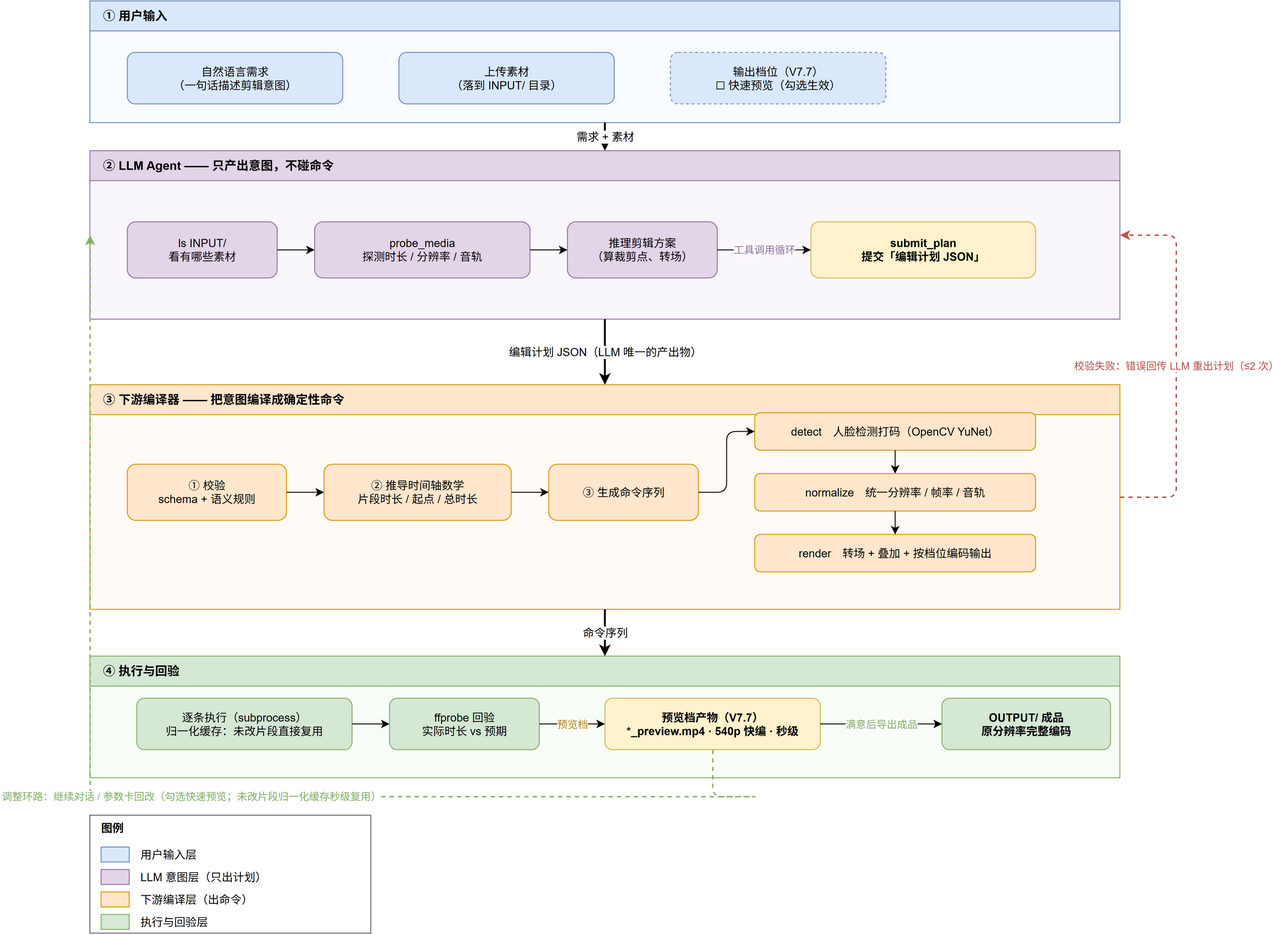
Above: docs/architecture-flow.png in CoderPro-young/SmartTrimAgent- (draw.io), before the change. Source tidied: cells renumbered, new cells last; positions are measured from the earlier drawing's top-left corner, leaving out a move shared by most shapes.
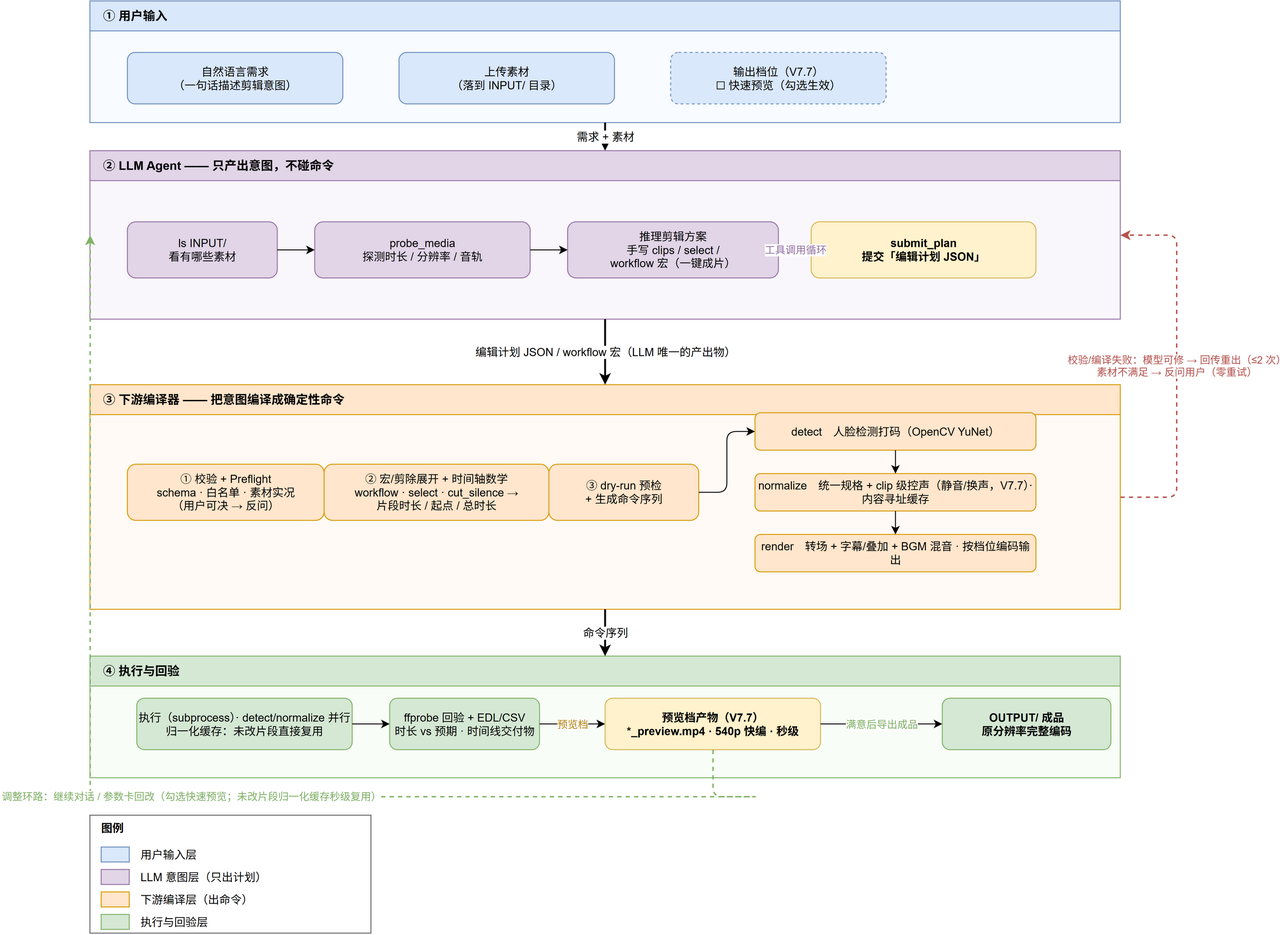
The same file after the commit.

Commit message:
docs: 架构文档同步至 V7.10 —— overview 补齐工具清单/编译流水线/模块清单/文档索引；四张架构图更新（flow 补宏与预检/分层图去过期标记并补 TransNet·V7.7/计划生成图补信号与预检），全部重导内嵌 XML 的 PNG 并把分层图挂进 overview 引用

The edit, as a diff of the source:
```diff
@@ -23,8 +23,8 @@
     <mxCell id="8" value="probe_media&#10;探测时长 / 分辨率 / 音轨" style="rounded=1;whiteSpace=wrap;html=1;fillColor=#e1d5e7;strokeColor=#9673a6;fontSize=12;" parent="6" vertex="1">
       <mxGeometry x="240" y="76" width="230" height="60" as="geometry" />
     </mxCell>
-    <mxCell id="9" value="推理剪辑方案&#10;（算裁剪点、转场）" style="rounded=1;whiteSpace=wrap;html=1;fillColor=#e1d5e7;strokeColor=#9673a6;fontSize=12;" parent="6" vertex="1">
-      <mxGeometry x="510" y="76" width="160" height="60" as="geometry" />
+    <mxCell id="9" value="推理剪辑方案&#10;手写 clips / select /&#10;workflow 宏（一键成片）" style="rounded=1;whiteSpace=wrap;html=1;fillColor=#e1d5e7;strokeColor=#9673a6;fontSize=12;" parent="6" vertex="1">
+      <mxGeometry x="510" y="76" width="225" height="60" as="geometry" />
     </mxCell>
     <mxCell id="10" value="submit_plan&#10;提交「编辑计划 JSON」" style="rounded=1;whiteSpace=wrap;html=1;fillColor=#fff2cc;strokeColor=#d6b656;fontSize=12;fontStyle=1;" parent="6" vertex="1">
       <mxGeometry x="770" y="76" width="240" height="60" as="geometry" />
@@ -32,31 +32,31 @@
     <mxCell id="11" value="③ 下游编译器 —— 把意图编译成确定性命令" style="swimlane;startSize=32;html=1;fillColor=#ffe6cc;strokeColor=#d79b00;swimlaneFillColor=#fffaf5;fontStyle=1;fontSize=13;verticalAlign=middle;align=left;spacingLeft=12;" parent="1" vertex="1">
       <mxGeometry x="40" y="410" width="1100" height="240" as="geometry" />
     </mxCell>
-    <mxCell id="12" value="① 校验&#10;schema + 语义规则" style="rounded=1;whiteSpace=wrap;html=1;fillColor=#ffe6cc;strokeColor=#d79b00;fontSize=12;" parent="11" vertex="1">
-      <mxGeometry x="40" y="85" width="170" height="60" as="geometry" />
+    <mxCell id="12" value="① 校验 + Preflight&#10;schema · 白名单 · 素材实况&#10;（用户可决 → 反问）" style="rounded=1;whiteSpace=wrap;html=1;fillColor=#ffe6cc;strokeColor=#d79b00;fontSize=12;" parent="11" vertex="1">
+      <mxGeometry x="40" y="85" width="210" height="60" as="geometry" />
     </mxCell>
-    <mxCell id="13" value="② 推导时间轴数学&#10;片段时长 / 起点 / 总时长" style="rounded=1;whiteSpace=wrap;html=1;fillColor=#ffe6cc;strokeColor=#d79b00;fontSize=12;" parent="11" vertex="1">
-      <mxGeometry x="250" y="85" width="200" height="60" as="geometry" />
+    <mxCell id="13" value="② 宏/剪除展开 + 时间轴数学&#10;workflow · select · cut_silence →&#10;片段时长 / 起点 / 总时长" style="rounded=1;whiteSpace=wrap;html=1;fillColor=#ffe6cc;strokeColor=#d79b00;fontSize=12;" parent="11" vertex="1">
+      <mxGeometry x="250" y="85" width="240" height="60" as="geometry" />
     </mxCell>
-    <mxCell id="14" value="③ 生成命令序列" style="rounded=1;whiteSpace=wrap;html=1;fillColor=#ffe6cc;strokeColor=#d79b00;fontSize=12;" parent="11" vertex="1">
+    <mxCell id="14" value="③ dry-run 预检&#10;+ 生成命令序列" style="rounded=1;whiteSpace=wrap;html=1;fillColor=#ffe6cc;strokeColor=#d79b00;fontSize=12;" parent="11" vertex="1">
       <mxGeometry x="490" y="85" width="160" height="60" as="geometry" />
     </mxCell>
     <mxCell id="15" value="detect　人脸检测打码（OpenCV YuNet）" style="rounded=1;whiteSpace=wrap;html=1;fillColor=#ffe6cc;strokeColor=#d79b00;fontSize=12;" parent="11" vertex="1">
       <mxGeometry x="710" y="30" width="300" height="40" as="geometry" />
     </mxCell>
-    <mxCell id="16" value="normalize　统一分辨率 / 帧率 / 音轨" style="rounded=1;whiteSpace=wrap;html=1;fillColor=#ffe6cc;strokeColor=#d79b00;fontSize=12;" parent="11" vertex="1">
+    <mxCell id="16" value="normalize　统一规格 + clip 级控声（静音/换声，V7.7）· 内容寻址缓存" style="rounded=1;whiteSpace=wrap;html=1;fillColor=#ffe6cc;strokeColor=#d79b00;fontSize=12;" parent="11" vertex="1">
       <mxGeometry x="710" y="95" width="300" height="40" as="geometry" />
     </mxCell>
-    <mxCell id="17" value="render　转场 + 叠加 + 按档位编码输出" style="rounded=1;whiteSpace=wrap;html=1;fillColor=#ffe6cc;strokeColor=#d79b00;fontSize=12;" parent="11" vertex="1">
+    <mxCell id="17" value="render　转场 + 字幕/叠加 + BGM 混音 · 按档位编码输出" style="rounded=1;whiteSpace=wrap;html=1;fillColor=#ffe6cc;strokeColor=#d79b00;fontSize=12;" parent="11" vertex="1">
       <mxGeometry x="710" y="160" width="300" height="40" as="geometry" />
     </mxCell>
     <mxCell id="18" value="④ 执行与回验" style="swimlane;startSize=32;html=1;fillColor=#d5e8d4;strokeColor=#82b366;swimlaneFillColor=#f8fdf7;fontStyle=1;fontSize=13;verticalAlign=middle;align=left;spacingLeft=12;" parent="1" vertex="1">
       <mxGeometry x="40" y="700" width="1100" height="130" as="geometry" />
     </mxCell>
-    <mxCell id="19" value="逐条执行（subprocess）&#10;归一化缓存：未改片段直接复用" style="rounded=1;whiteSpace=wrap;html=1;fillColor=#d5e8d4;strokeColor=#82b366;fontSize=12;" parent="18" vertex="1">
+    <mxCell id="19" value="执行（subprocess）· detect/normalize 并行&#10;归一化缓存：未改片段直接复用" style="rounded=1;whiteSpace=wrap;html=1;fillColor=#d5e8d4;strokeColor=#82b366;fontSize=12;" parent="18" vertex="1">
       <mxGeometry x="50" y="45" width="230" height="55" as="geometry" />
     </mxCell>
-    <mxCell id="20" value="ffprobe 回验&#10;实际时长 vs 预期" style="rounded=1;whiteSpace=wrap;html=1;fillColor=#d5e8d4;strokeColor=#82b366;fontSize=12;" parent="18" vertex="1">
+    <mxCell id="20" value="ffprobe 回验 + EDL/CSV&#10;时长 vs 预期 · 时间线交付物" style="rounded=1;whiteSpace=wrap;html=1;fillColor=#d5e8d4;strokeColor=#82b366;fontSize=12;" parent="18" vertex="1">
       <mxGeometry x="320" y="45" width="160" height="55" as="geometry" />
     </mxCell>
     <mxCell id="21" value="预览档产物（V7.7）&#10;*_preview.mp4 · 540p 快编 · 秒级" style="rounded=1;whiteSpace=wrap;html=1;fillColor=#fff2cc;strokeColor=#d6b656;fontSize=12;fontStyle=1;" parent="18" vertex="1">
@@ -109,13 +109,13 @@
     <mxCell id="35" value="需求 + 素材" style="edgeStyle=orthogonalEdgeStyle;rounded=1;jettySize=auto;html=1;exitX=0.5;exitY=1;exitDx=0;exitDy=0;entryX=0.5;entryY=0;entryDx=0;entryDy=0;fontSize=12;strokeWidth=2;" parent="1" edge="1" source="2" target="6">
       <mxGeometry relative="1" as="geometry" />
     </mxCell>
-    <mxCell id="36" value="编辑计划 JSON（LLM 唯一的产出物）" style="edgeStyle=orthogonalEdgeStyle;rounded=1;jettySize=auto;html=1;exitX=0.5;exitY=1;exitDx=0;exitDy=0;entryX=0.5;entryY=0;entryDx=0;entryDy=0;fontSize=12;strokeWidth=2;" parent="1" edge="1" source="6" target="11">
+    <mxCell id="36" value="编辑计划 JSON / workflow 宏（LLM 唯一的产出物）" style="edgeStyle=orthogonalEdgeStyle;rounded=1;jettySize=auto;html=1;exitX=0.5;exitY=1;exitDx=0;exitDy=0;entryX=0.5;entryY=0;entryDx=0;entryDy=0;fontSize=12;strokeWidth=2;" parent="1" edge="1" source="6" target="11">
       <mxGeometry relative="1" as="geometry" />
     </mxCell>
     <mxCell id="37" value="命令序列" style="edgeStyle=orthogonalEdgeStyle;rounded=1;jettySize=auto;html=1;exitX=0.5;exitY=1;exitDx=0;exitDy=0;entryX=0.5;entryY=0;entryDx=0;entryDy=0;fontSize=12;strokeWidth=2;" parent="1" edge="1" source="11" target="18">
       <mxGeometry relative="1" as="geometry" />
     </mxCell>
-    <mxCell id="38" value="校验失败：错误回传 LLM 重出计划（≤2 次）" style="edgeStyle=orthogonalEdgeStyle;rounded=1;jettySize=auto;html=1;exitX=1;exitY=0.5;exitDx=0;exitDy=0;entryX=1;entryY=0.5;entryDx=0;entryDy=0;dashed=1;strokeColor=#b85450;fontColor=#b85450;fontSize=11;strokeWidth=1.5;" parent="1" edge="1" source="11" target="6">
+    <mxCell id="38" value="校验/编译失败：模型可修 → 回传重出（≤2 次）&#10;素材不满足 → 反问用户（零重试）" style="edgeStyle=orthogonalEdgeStyle;rounded=1;jettySize=auto;html=1;exitX=1;exitY=0.5;exitDx=0;exitDy=0;entryX=1;entryY=0.5;entryDx=0;entryDy=0;dashed=1;strokeColor=#b85450;fontColor=#b85450;fontSize=11;strokeWidth=1.5;" parent="1" edge="1" source="11" target="6">
       <mxGeometry relative="1" as="geometry">
         <Array as="points">
           <mxPoint x="1200" y="530" />
```
